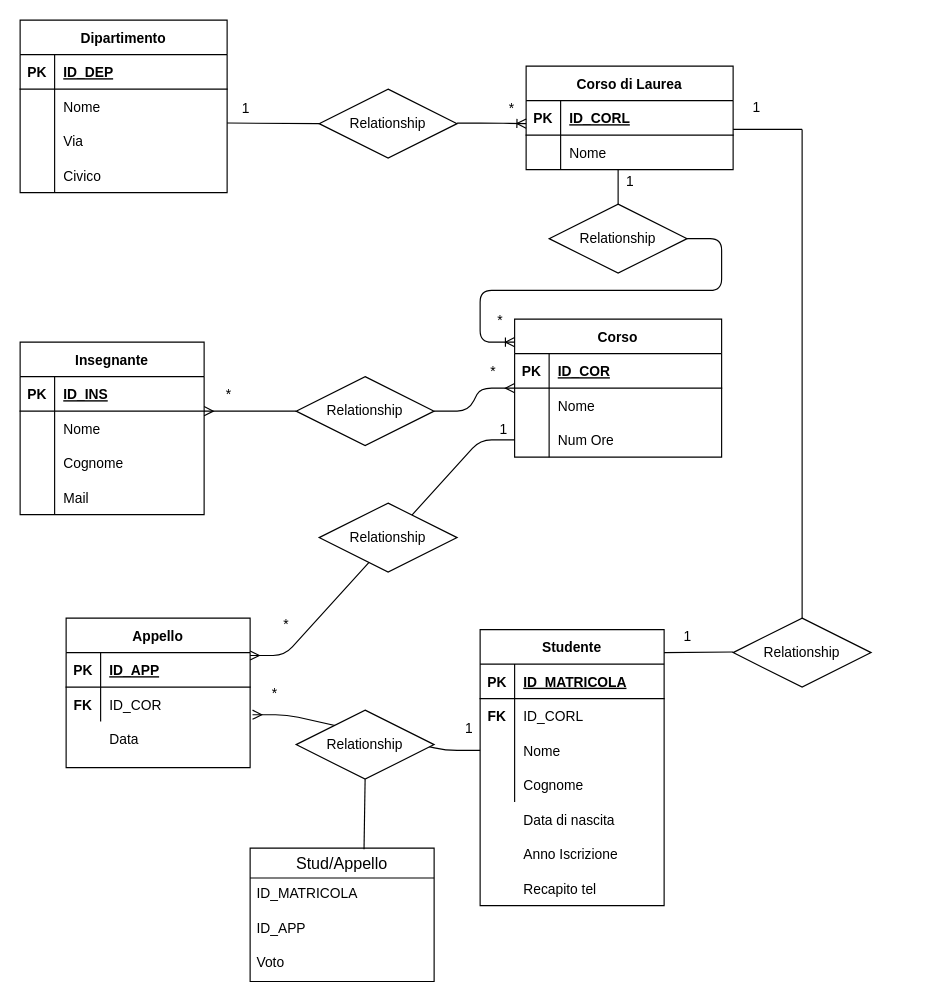
ElperdonXV/db-university keeps this draw.io diagram as test.drawio. Above is the earlier version. Source tidied: cells renumbered, new cells numbered last; positions are measured from the earlier drawing's top-left corner, leaving out a move shared by most shapes. Both pictures are drawn from the tidied source at 115%, with x=0, y=0 at pixel (20, 20).
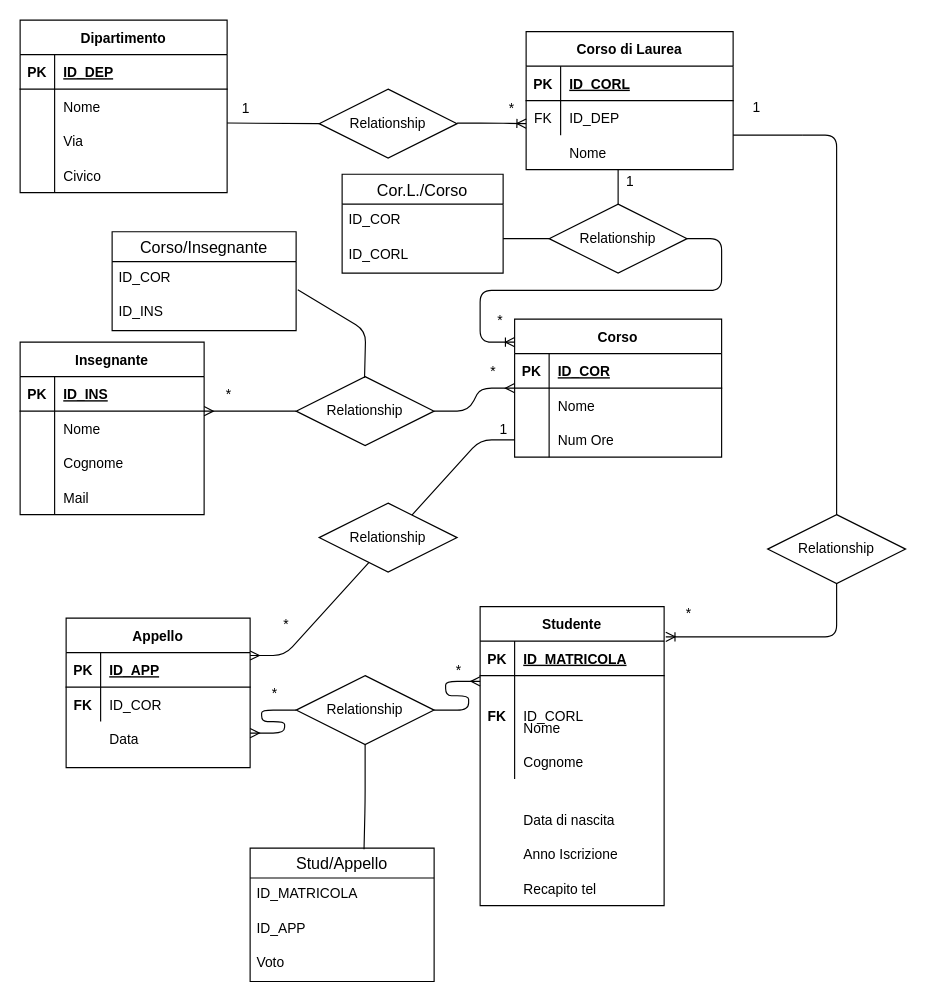
The same diagram, later.

Unchanged cells that the change refers to:
```xml
<mxCell id="24" style="shape=partialRectangle;fillColor=none;top=0;left=0;bottom=0;right=0;" parent="20" vertex="1">
  <mxGeometry y="60" width="180" height="30" as="geometry" />
</mxCell>
<mxCell id="40" value="Relationship" style="shape=rhombus;perimeter=rhombusPerimeter;whiteSpace=wrap;html=1;align=center;" parent="1" vertex="1">
  <mxGeometry x="460" y="160" width="120" height="60" as="geometry" />
</mxCell>
<mxCell id="71" style="shape=partialRectangle;fillColor=none;top=0;left=0;bottom=0;right=0;points=[[0,0.5],[1,0.5]];portConstraint=eastwest;" parent="64" vertex="1">
  <mxGeometry y="90" width="160" height="30" as="geometry" />
</mxCell>
<mxCell id="89" style="shape=partialRectangle;fillColor=none;top=0;left=0;bottom=0;right=0;points=[[0,0.5],[1,0.5]];portConstraint=eastwest;" parent="85" vertex="1">
  <mxGeometry y="60" width="160" height="30" as="geometry" />
</mxCell>
<mxCell id="101" value="Stud/Appello" style="swimlane;fontStyle=0;horizontal=1;startSize=26;align=center;fontSize=14;" parent="1" vertex="1">
  <mxGeometry x="200" y="720" width="160" height="116" as="geometry" />
</mxCell>
```

What changed in the source:
```diff
@@
     <mxCell id="20" value="Corso di Laurea" style="shape=table;startSize=30;childLayout=tableLayout;rowLines=0;fontStyle=1;align=center;" parent="1" vertex="1">
-      <mxGeometry x="440" y="40" width="180" height="90" as="geometry" />
+      <mxGeometry x="440" y="10" width="180" height="120" as="geometry" />
     </mxCell>
@@
-    <mxCell id="25" style="shape=partialRectangle;fillColor=none;top=0;left=0;bottom=0;right=0;overflow=hidden;" parent="24" vertex="1">
+    <mxCell id="25" value="FK" style="shape=partialRectangle;fillColor=none;top=0;left=0;bottom=0;right=0;overflow=hidden;" parent="24" vertex="1">
       <mxGeometry width="30" height="30" as="geometry" />
     </mxCell>
-    <mxCell id="26" value="Nome" style="shape=partialRectangle;fillColor=none;top=0;left=0;bottom=0;right=0;align=left;spacingLeft=6;overflow=hidden;" parent="24" vertex="1">
+    <mxCell id="26" value="ID_DEP" style="shape=partialRectangle;fillColor=none;top=0;left=0;bottom=0;right=0;align=left;spacingLeft=6;overflow=hidden;" parent="24" vertex="1">
       <mxGeometry x="30" width="150" height="30" as="geometry" />
     </mxCell>
@@
     <mxCell id="60" style="endArrow=none;html=1;" parent="1" edge="1">
       <mxGeometry relative="1" as="geometry">
-        <mxPoint x="620" y="95" as="sourcePoint" />
-        <mxPoint x="680" y="95" as="targetPoint" />
+        <mxPoint x="620" y="100" as="sourcePoint" />
+        <mxPoint x="680" y="100" as="targetPoint" />
       </mxGeometry>
     </mxCell>
-    <mxCell id="61" style="endArrow=none;html=1;" parent="1" edge="1">
-      <mxGeometry relative="1" as="geometry">
-        <mxPoint x="680" y="520" as="sourcePoint" />
-        <mxPoint x="680" y="95" as="targetPoint" />
-      </mxGeometry>
-    </mxCell>
-    <mxCell id="62" value="Relationship" style="shape=rhombus;perimeter=rhombusPerimeter;whiteSpace=wrap;html=1;align=center;" parent="1" vertex="1">
-      <mxGeometry x="620" y="520" width="120" height="60" as="geometry" />
-    </mxCell>
@@
     <mxCell id="64" value="Studente" style="shape=table;startSize=30;childLayout=tableLayout;rowLines=0;fontStyle=1;align=center;" parent="1" vertex="1">
-      <mxGeometry x="400" y="530" width="160" height="240" as="geometry" />
+      <mxGeometry x="400" y="510" width="160" height="260" as="geometry" />
     </mxCell>
@@
-    <mxCell id="80" style="endArrow=none;html=1;rounded=0;" parent="1" edge="1">
-      <mxGeometry relative="1" as="geometry">
-        <mxPoint x="560" y="550" as="sourcePoint" />
-        <mxPoint x="620" y="549.5" as="targetPoint" />
-      </mxGeometry>
-    </mxCell>
-    <mxCell id="81" value="1" style="html=1;align=right;verticalAlign=bottom;" parent="1" vertex="1">
-      <mxGeometry x="260" y="490" as="geometry">
-        <mxPoint x="324" y="54" as="offset" />
-      </mxGeometry>
-    </mxCell>
@@
-    <mxCell id="95" style="edgeStyle=entityRelationEdgeStyle;fontSize=12;html=1;endArrow=ERmany;entryX=1.013;entryY=0.8;entryDx=0;entryDy=0;entryPerimeter=0;exitX=0;exitY=0.5;exitDx=0;exitDy=0;" parent="1" edge="1" source="71" target="89">
-      <mxGeometry relative="1" as="geometry" />
-    </mxCell>
-    <mxCell id="96" value="Relationship" style="shape=rhombus;perimeter=rhombusPerimeter;whiteSpace=wrap;html=1;align=center;" parent="1" vertex="1">
-      <mxGeometry x="240" y="600" width="120" height="60" as="geometry" />
-    </mxCell>
-    <mxCell id="97" value="1" style="html=1;align=right;verticalAlign=bottom;" parent="1" vertex="1">
-      <mxGeometry x="70" y="570" as="geometry">
-        <mxPoint x="324" y="54" as="offset" />
-      </mxGeometry>
-    </mxCell>
@@
-    <mxCell id="105" style="endArrow=none;html=1;exitX=0.619;exitY=0.009;exitDx=0;exitDy=0;exitPerimeter=0;" parent="1" edge="1" source="101">
+    <mxCell id="105" style="endArrow=none;html=1;exitX=0.619;exitY=0.009;exitDx=0;exitDy=0;exitPerimeter=0;entryX=0.5;entryY=1;entryDx=0;entryDy=0;" parent="1" edge="1" source="101" target="96">
       <mxGeometry relative="1" as="geometry">
-        <mxPoint x="300" y="660" as="targetPoint" />
+        <Array as="points">
+          <mxPoint x="300" y="680" />
+        </Array>
       </mxGeometry>
     </mxCell>
+    <mxCell id="106" style="edgeStyle=entityRelationEdgeStyle;fontSize=12;html=1;endArrow=ERmany;startArrow=none;" parent="1" edge="1" source="96">
+      <mxGeometry relative="1" as="geometry">
+        <mxPoint x="400" y="575" as="targetPoint" />
+      </mxGeometry>
+    </mxCell>
+    <mxCell id="96" value="Relationship" style="shape=rhombus;perimeter=rhombusPerimeter;whiteSpace=wrap;html=1;align=center;" parent="1" vertex="1">
+      <mxGeometry x="240" y="570" width="120" height="60" as="geometry" />
+    </mxCell>
+    <mxCell id="107" style="edgeStyle=entityRelationEdgeStyle;fontSize=12;html=1;endArrow=none;startArrow=ERmany;" parent="1" edge="1" target="96">
+      <mxGeometry relative="1" as="geometry">
+        <mxPoint x="200" y="620" as="sourcePoint" />
+      </mxGeometry>
+    </mxCell>
+    <mxCell id="108" value="*" style="html=1;align=right;verticalAlign=bottom;" parent="1" vertex="1">
+      <mxGeometry x="390" y="550" as="geometry">
+        <mxPoint x="-6" y="24" as="offset" />
+      </mxGeometry>
+    </mxCell>
+    <mxCell id="109" value="Nome" style="shape=partialRectangle;fillColor=none;top=0;left=0;bottom=0;right=0;align=left;spacingLeft=6;overflow=hidden;" parent="1" vertex="1">
+      <mxGeometry x="470" y="100" width="150" height="30" as="geometry" />
+    </mxCell>
+    <mxCell id="110" style="endArrow=none;html=1;exitX=0.619;exitY=0.009;exitDx=0;exitDy=0;exitPerimeter=0;entryX=1.009;entryY=0.817;entryDx=0;entryDy=0;entryPerimeter=0;" parent="1" edge="1" target="112">
+      <mxGeometry relative="1" as="geometry">
+        <mxPoint x="299.5" y="311" as="sourcePoint" />
+        <Array as="points">
+          <mxPoint x="300.5" y="270" />
+        </Array>
+      </mxGeometry>
+    </mxCell>
+    <mxCell id="111" value="Corso/Insegnante" style="swimlane;fontStyle=0;horizontal=1;startSize=26;align=center;fontSize=14;" parent="1" vertex="1">
+      <mxGeometry x="80" y="184" width="160" height="86" as="geometry" />
+    </mxCell>
+    <mxCell id="112" value="ID_COR" style="text;strokeColor=none;fillColor=none;spacingLeft=4;spacingRight=4;overflow=hidden;points=[[0,0.5],[1,0.5]];portConstraint=eastwest;fontSize=12;" parent="111" vertex="1">
+      <mxGeometry y="26" width="160" height="30" as="geometry" />
+    </mxCell>
+    <mxCell id="113" value="ID_INS" style="text;strokeColor=none;fillColor=none;spacingLeft=4;spacingRight=4;overflow=hidden;fontSize=12;" parent="111" vertex="1">
+      <mxGeometry y="56" width="160" height="30" as="geometry" />
+    </mxCell>
+    <mxCell id="114" value="Cor.L./Corso" style="swimlane;fontStyle=0;horizontal=1;startSize=26;align=center;fontSize=14;" parent="1" vertex="1">
+      <mxGeometry x="280" y="134" width="140" height="86" as="geometry" />
+    </mxCell>
+    <mxCell id="115" value="ID_COR" style="text;strokeColor=none;fillColor=none;spacingLeft=4;spacingRight=4;overflow=hidden;fontSize=12;" parent="114" vertex="1">
+      <mxGeometry y="26" width="140" height="30" as="geometry" />
+    </mxCell>
+    <mxCell id="116" value="ID_CORL" style="text;strokeColor=none;fillColor=none;spacingLeft=4;spacingRight=4;overflow=hidden;fontSize=12;" parent="114" vertex="1">
+      <mxGeometry y="56" width="140" height="30" as="geometry" />
+    </mxCell>
+    <mxCell id="117" style="endArrow=none;html=1;entryX=0;entryY=0.5;entryDx=0;entryDy=0;" parent="1" edge="1" target="40">
+      <mxGeometry relative="1" as="geometry">
+        <mxPoint x="420" y="190" as="sourcePoint" />
+      </mxGeometry>
+    </mxCell>
+    <mxCell id="118" style="edgeStyle=entityRelationEdgeStyle;fontSize=12;html=1;endArrow=ERoneToMany;entryX=1.009;entryY=0.101;entryDx=0;entryDy=0;entryPerimeter=0;" parent="1" edge="1" target="64">
+      <mxGeometry relative="1" as="geometry">
+        <mxPoint x="680" y="100" as="sourcePoint" />
+      </mxGeometry>
+    </mxCell>
+    <mxCell id="62" value="Relationship" style="shape=rhombus;perimeter=rhombusPerimeter;whiteSpace=wrap;html=1;align=center;" parent="1" vertex="1">
+      <mxGeometry x="650" y="430" width="120" height="60" as="geometry" />
+    </mxCell>
+    <mxCell id="119" value="*" style="html=1;align=right;verticalAlign=bottom;" parent="1" vertex="1">
+      <mxGeometry x="590" y="500" as="geometry">
+        <mxPoint x="-6" y="24" as="offset" />
+      </mxGeometry>
+    </mxCell>
```
